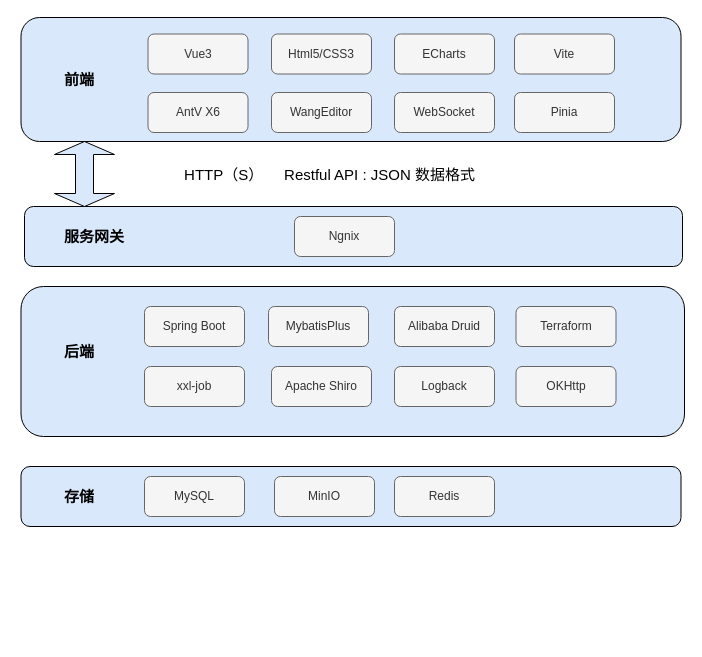
Earlier version of the draw.io diagram page "技术架构" (2 of 34) of biitt/资源编排.drawio (dengkefu/draw.io). Source tidied: cells renumbered, new cells numbered last; positions are measured from the earlier drawing's top-left corner, leaving out a move shared by most shapes. Both pictures are drawn from the tidied source at 100%, with x=0, y=0 at pixel (20, 17).
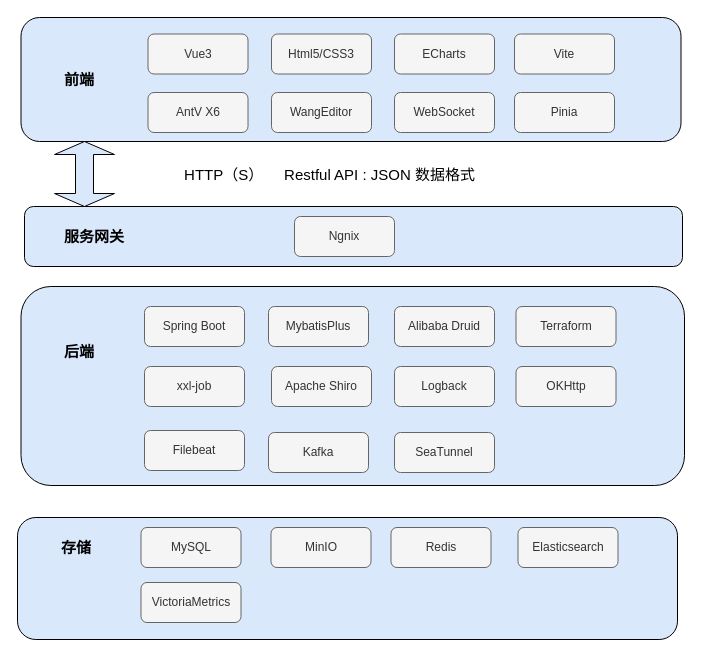
Above is the later version.

What changed in the source:
```diff
@@
     <mxCell id="2" style="rounded=1;whiteSpace=wrap;html=1;labelBackgroundColor=default;fontSize=15;fillColor=#DAE8FC;" parent="1" vertex="1">
-      <mxGeometry x="0.5" y="269" width="663.5" height="150" as="geometry" />
+      <mxGeometry x="0.5" y="269" width="663.5" height="199" as="geometry" />
     </mxCell>
@@
     <mxCell id="20" style="rounded=1;whiteSpace=wrap;html=1;labelBackgroundColor=default;fontSize=15;fillColor=#DAE8FC;" parent="1" vertex="1">
-      <mxGeometry x="0.5" y="449" width="660" height="60" as="geometry" />
+      <mxGeometry x="-3" y="500" width="660" height="122" as="geometry" />
     </mxCell>
     <mxCell id="21" value="存储" style="text;html=1;strokeColor=none;fillColor=none;align=center;verticalAlign=middle;whiteSpace=wrap;rounded=0;fontSize=15;fontStyle=1;" parent="1" vertex="1">
-      <mxGeometry x="24" y="464" width="70" height="30" as="geometry" />
+      <mxGeometry x="20.5" y="515" width="70" height="30" as="geometry" />
     </mxCell>
     <mxCell id="22" value="MySQL" style="rounded=1;whiteSpace=wrap;html=1;fillColor=#f5f5f5;strokeColor=#666666;fontColor=#333333;" parent="1" vertex="1">
-      <mxGeometry x="124" y="459" width="100" height="40" as="geometry" />
+      <mxGeometry x="120.5" y="510" width="100" height="40" as="geometry" />
     </mxCell>
     <mxCell id="23" value="&lt;span style=&quot;&quot;&gt;MinIO&lt;/span&gt;" style="rounded=1;whiteSpace=wrap;html=1;fillColor=#f5f5f5;strokeColor=#666666;fontColor=#333333;" parent="1" vertex="1">
-      <mxGeometry x="254" y="459" width="100" height="40" as="geometry" />
+      <mxGeometry x="250.5" y="510" width="100" height="40" as="geometry" />
     </mxCell>
@@
     <mxCell id="26" value="Redis" style="rounded=1;whiteSpace=wrap;html=1;fillColor=#f5f5f5;strokeColor=#666666;fontColor=#333333;" parent="1" vertex="1">
-      <mxGeometry x="374" y="459" width="100" height="40" as="geometry" />
+      <mxGeometry x="370.5" y="510" width="100" height="40" as="geometry" />
     </mxCell>
@@
+    <mxCell id="32" value="Elasticsearch" style="rounded=1;whiteSpace=wrap;html=1;fillColor=#f5f5f5;strokeColor=#666666;fontColor=#333333;" parent="1" vertex="1">
+      <mxGeometry x="497.5" y="510" width="100" height="40" as="geometry" />
+    </mxCell>
+    <mxCell id="33" value="VictoriaMetrics" style="rounded=1;whiteSpace=wrap;html=1;fillColor=#f5f5f5;strokeColor=#666666;fontColor=#333333;" parent="1" vertex="1">
+      <mxGeometry x="120.5" y="565" width="100" height="40" as="geometry" />
+    </mxCell>
+    <mxCell id="34" value="Filebeat" style="rounded=1;whiteSpace=wrap;html=1;fillColor=#f5f5f5;strokeColor=#666666;fontColor=#333333;" parent="1" vertex="1">
+      <mxGeometry x="124" y="413" width="100" height="40" as="geometry" />
+    </mxCell>
+    <mxCell id="35" value="Kafka" style="rounded=1;whiteSpace=wrap;html=1;fillColor=#f5f5f5;strokeColor=#666666;fontColor=#333333;" parent="1" vertex="1">
+      <mxGeometry x="248" y="415" width="100" height="40" as="geometry" />
+    </mxCell>
+    <mxCell id="36" value="&lt;p class=&quot;MsoNormal&quot;&gt;SeaTunnel&lt;/p&gt;" style="rounded=1;whiteSpace=wrap;html=1;fillColor=#f5f5f5;strokeColor=#666666;fontColor=#333333;" parent="1" vertex="1">
+      <mxGeometry x="374" y="415" width="100" height="40" as="geometry" />
+    </mxCell>
```
